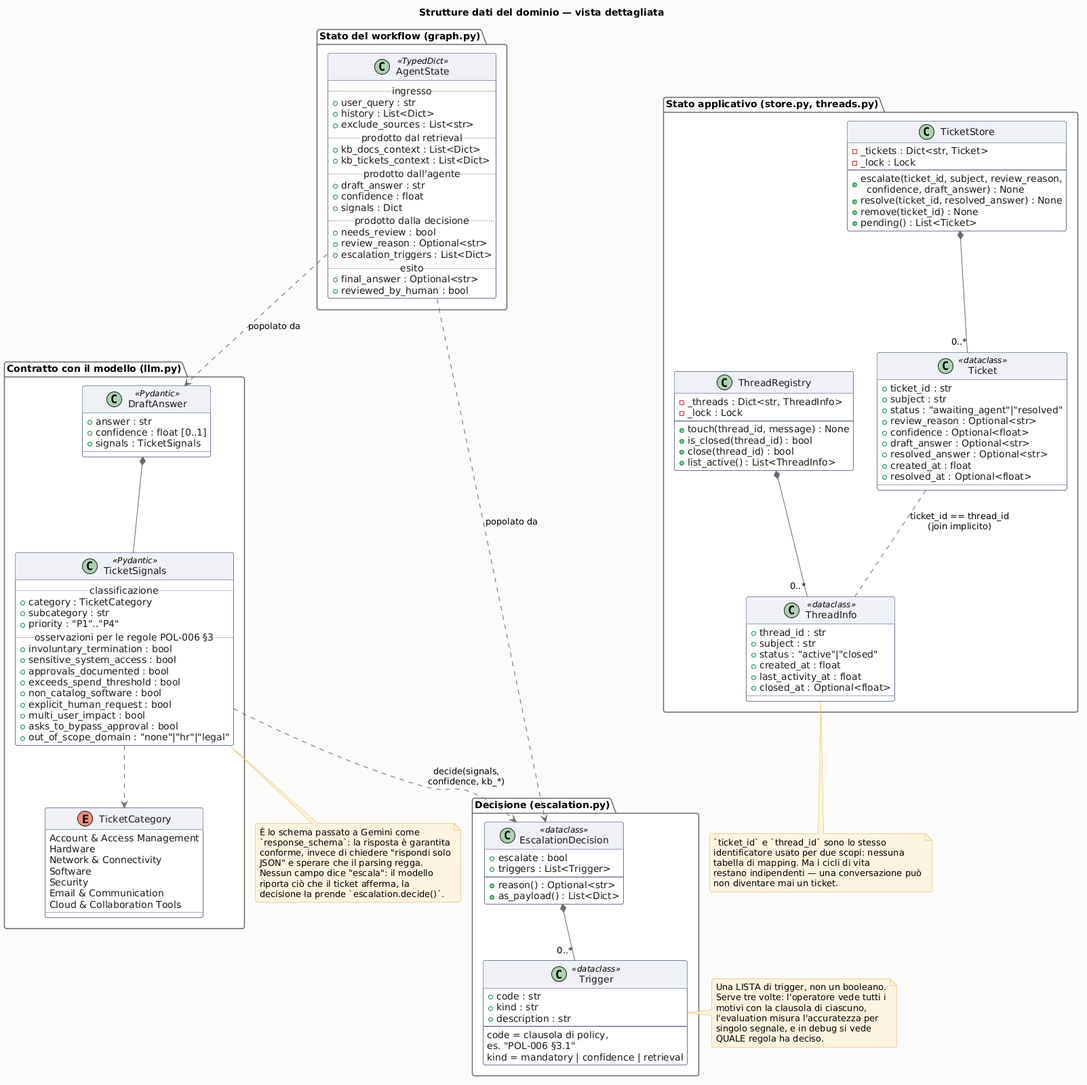
Earlier version of the PlantUML export docs/diagrams/classi_dettaglio.png (0xSt/Help-Desk-agent).
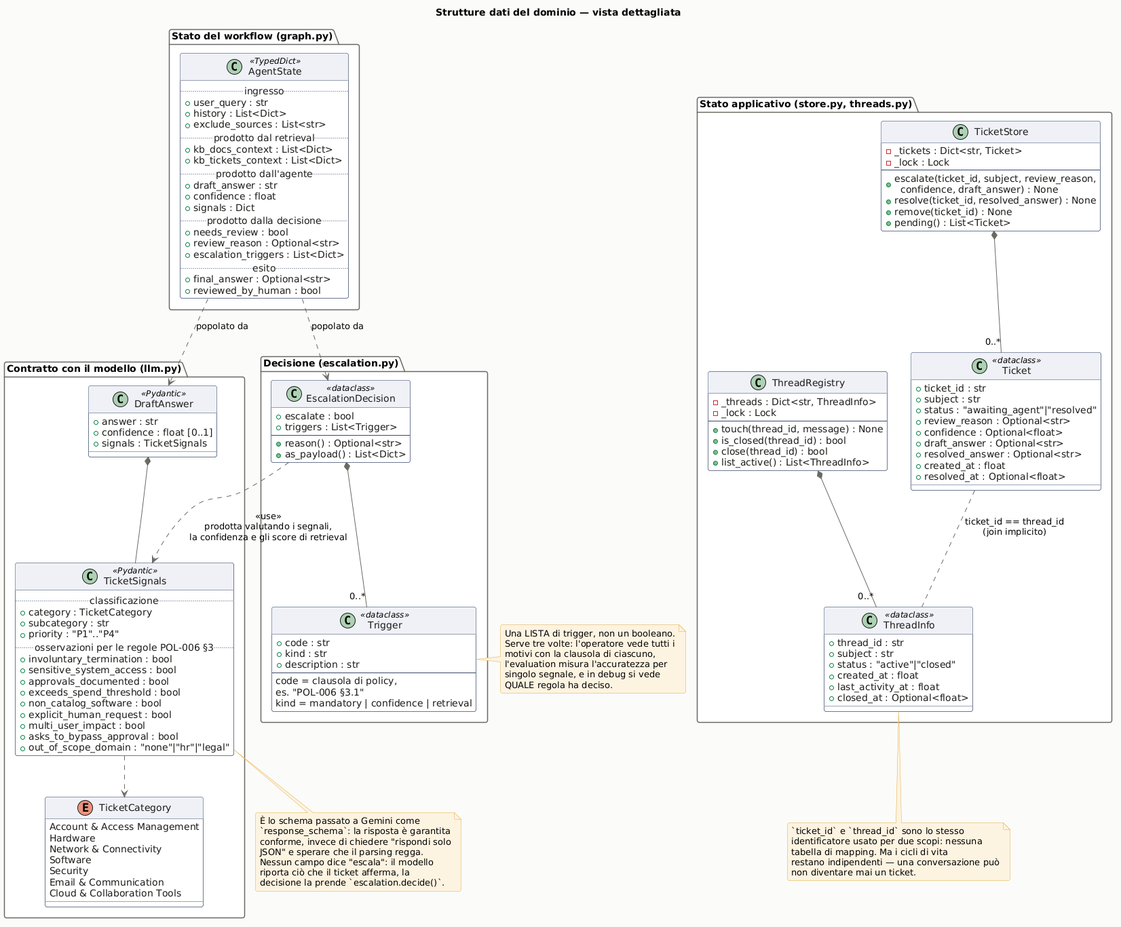
The same file after the commit.

The edit, as a diff of the source:
```diff
@@ -156,7 +156,7 @@
 
 EscalationDecision *-- "0..*" Trigger
 
-TicketSignals ..> EscalationDecision : decide(signals,\nconfidence, kb_*)
+EscalationDecision ..> TicketSignals : <<use>>\nprodotta valutando i segnali,\nla confidenza e gli score di retrieval
 AgentState ..> DraftAnswer : popolato da
 AgentState ..> EscalationDecision : popolato da
 
```
